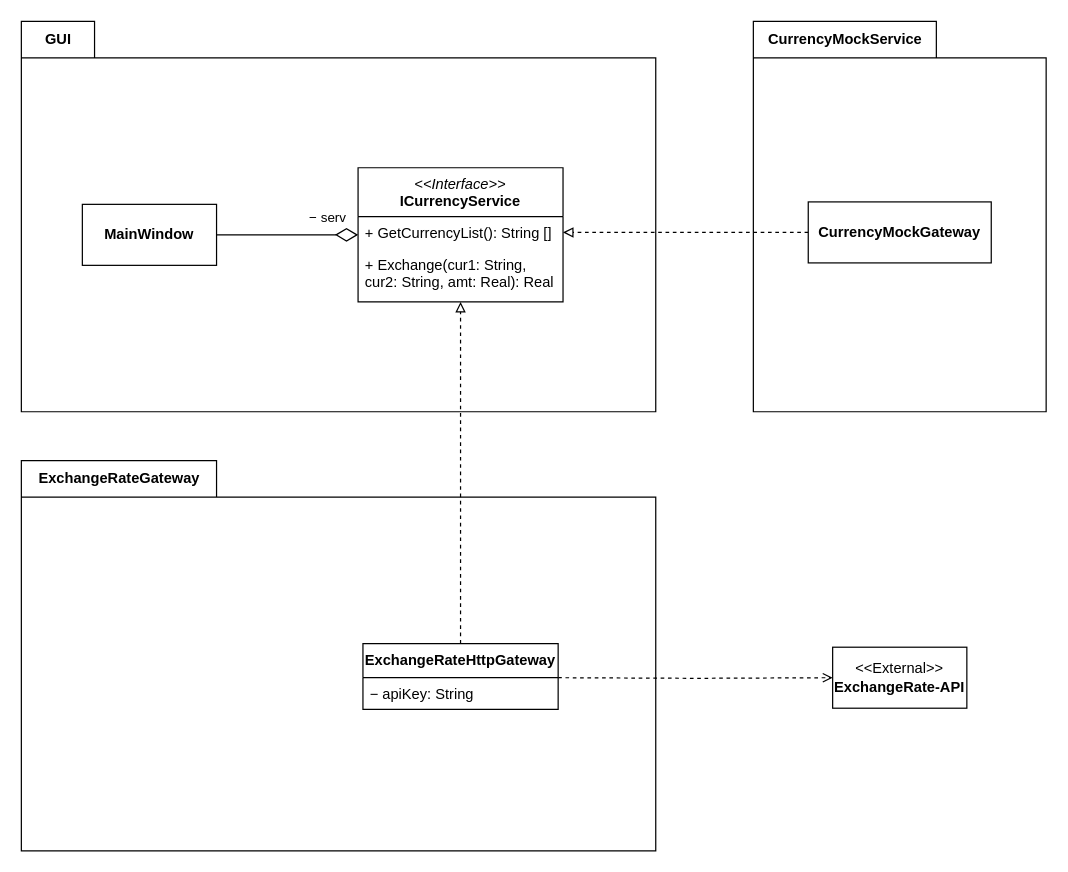
Earlier version of the draw.io diagram Lab_4/Lab_4.drawio (4lnULpGkuW/OOAD2). Source tidied: cells renumbered, new cells numbered last; positions are measured from the earlier drawing's top-left corner, leaving out a move shared by most shapes. Both pictures are drawn from the tidied source at 122%, with x=0, y=0 at pixel (21, 21).
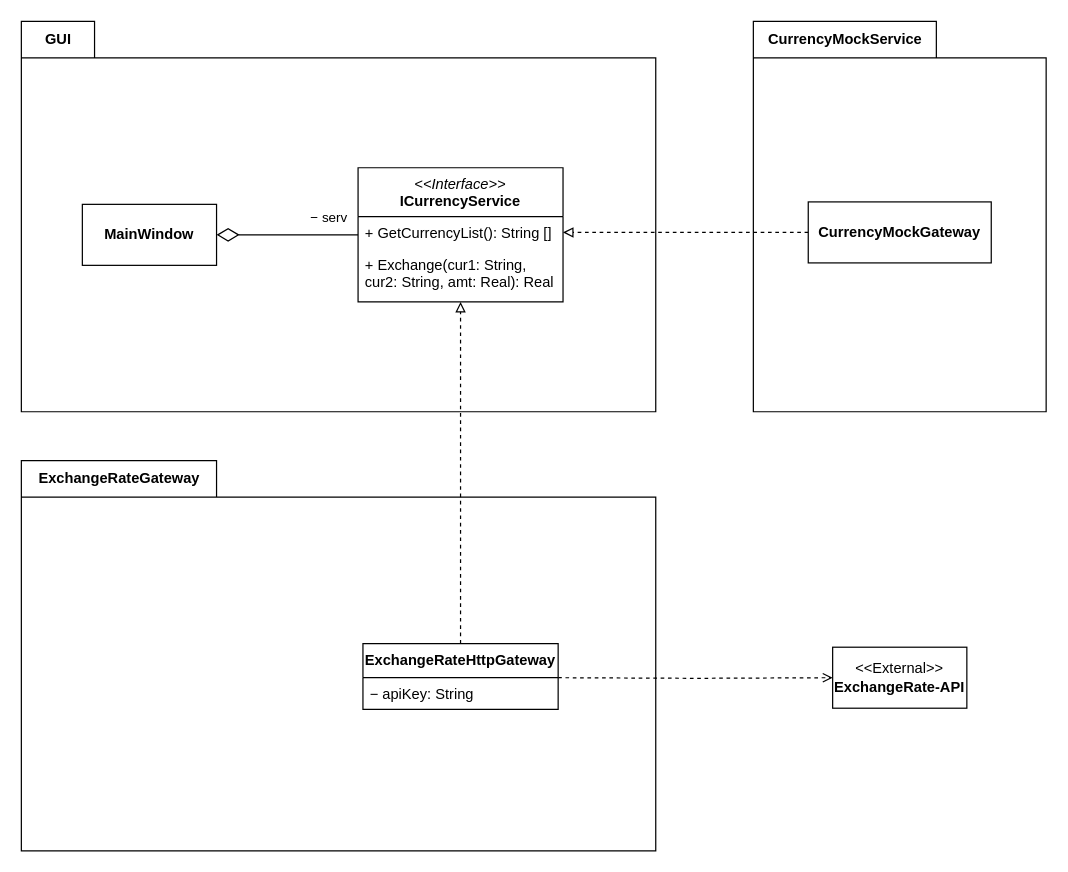
The same diagram, later.

The change refers to these unchanged cells:
```xml
<mxCell id="6" value="&lt;b&gt;MainWindow&lt;/b&gt;" style="html=1;whiteSpace=wrap;" parent="1" vertex="1">
  <mxGeometry x="50" y="150" width="110" height="50" as="geometry" />
</mxCell>
<mxCell id="7" value="&lt;i style=&quot;font-weight: 400;&quot;&gt;&amp;lt;&amp;lt;Interface&amp;gt;&amp;gt;&lt;/i&gt;&lt;br&gt;ICurrencyService" style="swimlane;fontStyle=1;align=center;verticalAlign=top;horizontal=1;startSize=40;whiteSpace=wrap;html=1;" parent="1" vertex="1">
  <mxGeometry x="276" y="120" width="168" height="110" as="geometry" />
</mxCell>
```

What changed in the source:
```diff
@@
-    <mxCell id="4" style="edgeStyle=orthogonalEdgeStyle;rounded=0;jettySize=auto;html=1;exitX=1;exitY=0.5;exitDx=0;exitDy=0;entryX=0;entryY=0.5;entryDx=0;entryDy=0;endArrow=diamondThin;endFill=0;endSize=16;" parent="1" edge="1" source="6" target="7">
+    <mxCell id="4" style="edgeStyle=orthogonalEdgeStyle;rounded=0;jettySize=auto;html=1;exitX=0;exitY=0.5;exitDx=0;exitDy=0;entryX=1;entryY=0.5;entryDx=0;entryDy=0;endArrow=diamondThin;endFill=0;endSize=16;" parent="1" edge="1" source="7" target="6">
       <mxGeometry relative="1" as="geometry" />
     </mxCell>
     <mxCell id="5" value="− serv" style="edgeLabel;html=1;align=center;verticalAlign=middle;fontFamily=Helvetica;fontSize=11;fontColor=default;labelBackgroundColor=default;" parent="4" vertex="1">
       <mxGeometry x="0.69" y="2" relative="1" as="geometry">
-        <mxPoint x="-8" y="-13" as="offset" />
+        <mxPoint x="73" y="-17" as="offset" />
       </mxGeometry>
     </mxCell>
```
